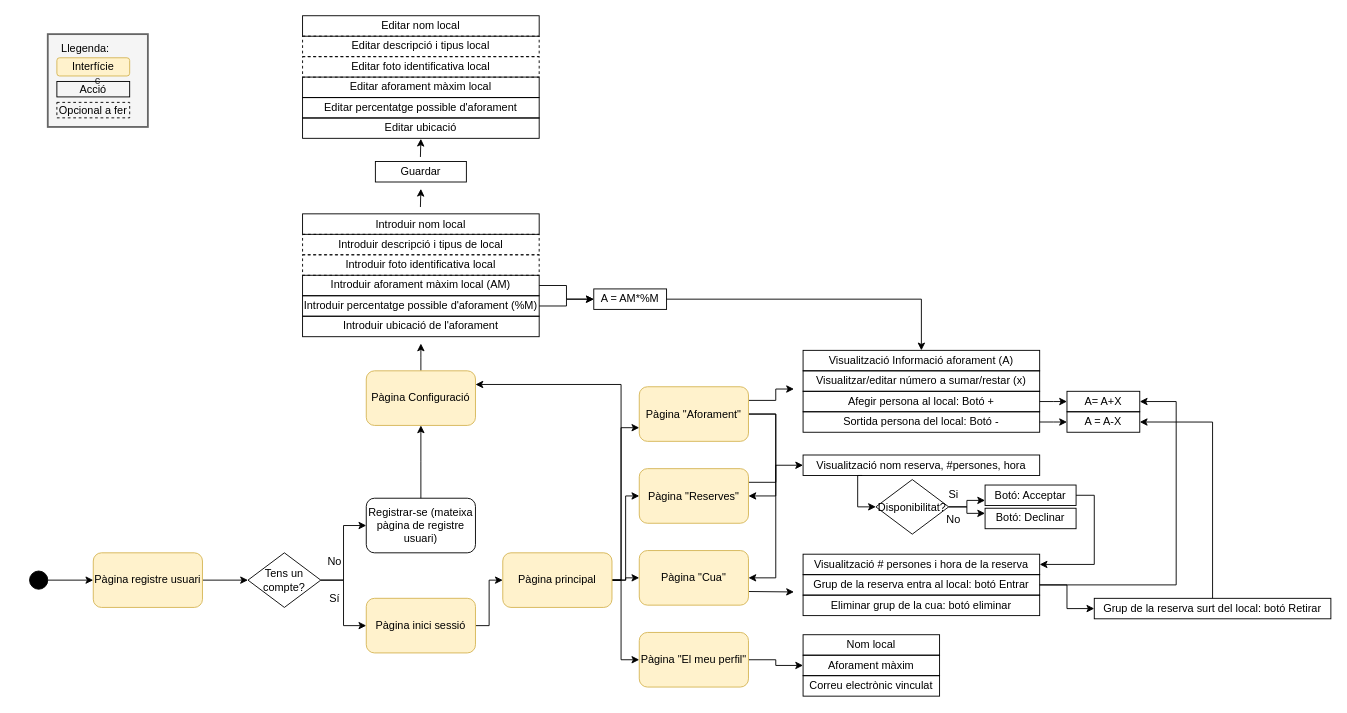
Above: page "Flow general B2B" (1 of 3) of Sinedie.drawio in laurasistach/sinedie (draw.io), before the change. Source tidied: cells renumbered, new cells numbered last; positions are measured from the earlier drawing's top-left corner, leaving out a move shared by most shapes. Both pictures are drawn from the tidied source at 91%, with x=0, y=0 at pixel (29, 15).
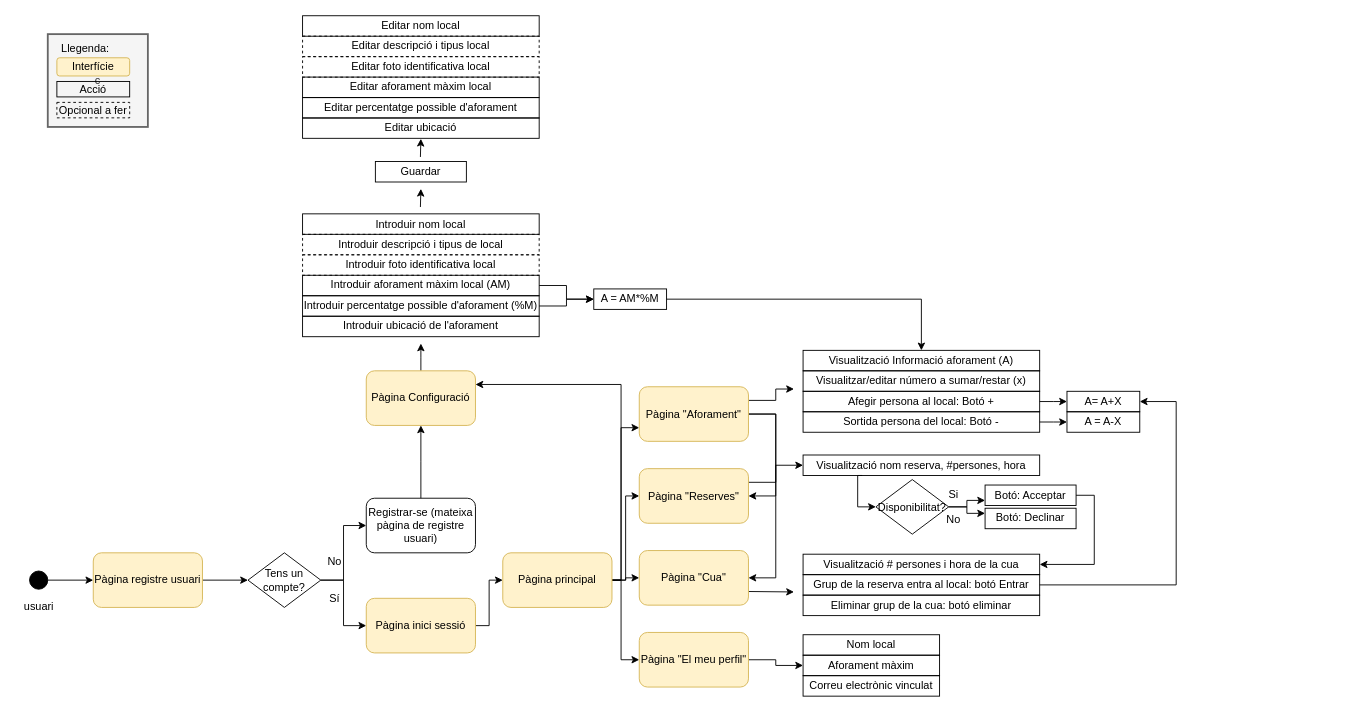
The same diagram, later.

Unchanged cells that the change refers to:
```xml
<mxCell id="44" value="&lt;div style=&quot;text-align: left&quot;&gt;A = A-X&lt;/div&gt;" style="rounded=1;whiteSpace=wrap;html=1;fillColor=none;arcSize=0;" parent="1" vertex="1">
  <mxGeometry x="1140" y="435" width="80" height="22.5" as="geometry" />
</mxCell>
<mxCell id="54" value="&lt;div style=&quot;text-align: left&quot;&gt;Grup de la reserva entra al local: botó Entrar&lt;/div&gt;" style="rounded=1;whiteSpace=wrap;html=1;fillColor=none;arcSize=0;" parent="1" vertex="1">
  <mxGeometry x="850" y="614" width="260" height="22.5" as="geometry" />
</mxCell>
```

Diff of the diagram source:
```diff
@@
-    <mxCell id="51" value="&lt;div style=&quot;text-align: left&quot;&gt;Visualització # persones i hora de la reserva&lt;/div&gt;" style="rounded=1;whiteSpace=wrap;html=1;fillColor=none;arcSize=0;" parent="1" vertex="1">
+    <mxCell id="51" value="&lt;div style=&quot;text-align: left&quot;&gt;Visualització # persones i hora de la cua&lt;/div&gt;" style="rounded=1;whiteSpace=wrap;html=1;fillColor=none;arcSize=0;" parent="1" vertex="1">
       <mxGeometry x="850" y="591.5" width="260" height="22.5" as="geometry" />
     </mxCell>
@@
-    <mxCell id="53" style="edgeStyle=orthogonalEdgeStyle;rounded=0;jettySize=auto;html=1;exitX=1;exitY=0.5;exitDx=0;exitDy=0;entryX=0;entryY=0.5;entryDx=0;entryDy=0;" parent="1" edge="1" source="54" target="84">
-      <mxGeometry relative="1" as="geometry" />
-    </mxCell>
@@
-    <mxCell id="83" style="edgeStyle=orthogonalEdgeStyle;rounded=0;jettySize=auto;html=1;exitX=0.5;exitY=0;exitDx=0;exitDy=0;entryX=1;entryY=0.5;entryDx=0;entryDy=0;" parent="1" edge="1" source="84" target="44">
-      <mxGeometry relative="1" as="geometry" />
-    </mxCell>
-    <mxCell id="84" value="&lt;div style=&quot;text-align: left&quot;&gt;Grup de la reserva surt del local: botó Retirar&lt;/div&gt;" style="rounded=1;whiteSpace=wrap;html=1;fillColor=none;arcSize=0;" parent="1" vertex="1">
-      <mxGeometry x="1170" y="640" width="260" height="22.5" as="geometry" />
-    </mxCell>
+    <mxCell id="85" value="usuari" style="text;html=1;align=center;verticalAlign=middle;" parent="1" vertex="1">
+      <mxGeometry x="-15" y="639" width="50" height="20" as="geometry" />
+    </mxCell>
```
